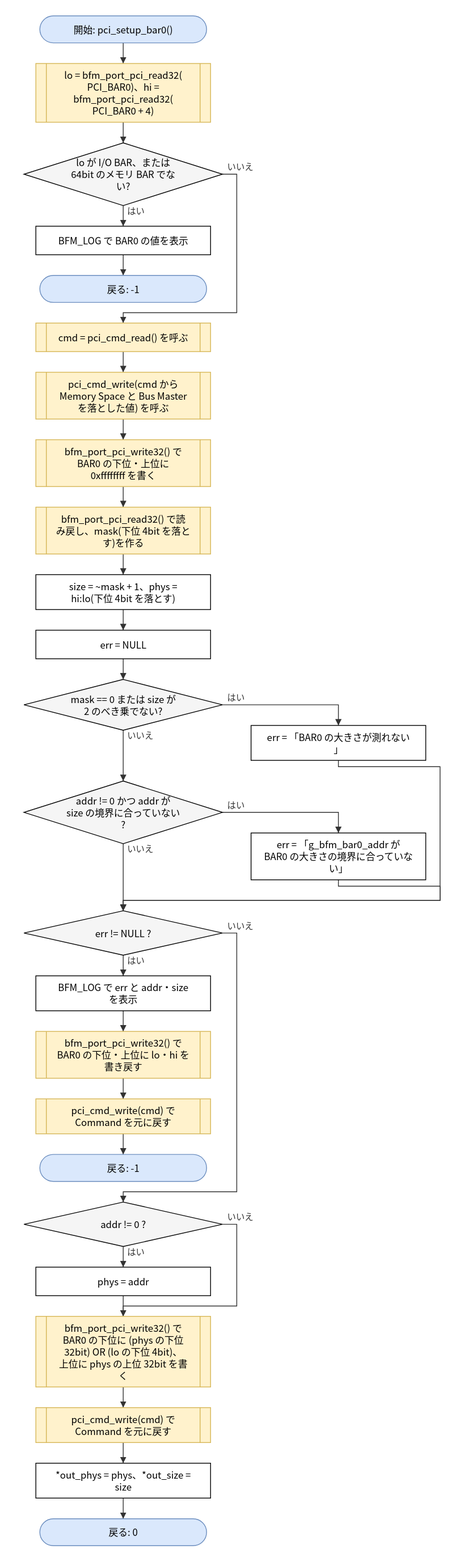
Before: doc/spec/images/flow_src_bfm_pci-pci_setup_bar0.drawio.svg, a diagram exported from draw.io (hf355051012-ai/bfmem). Source tidied: cells renumbered, new cells last; positions are measured from the earlier drawing's top-left corner, leaving out a move shared by most shapes.
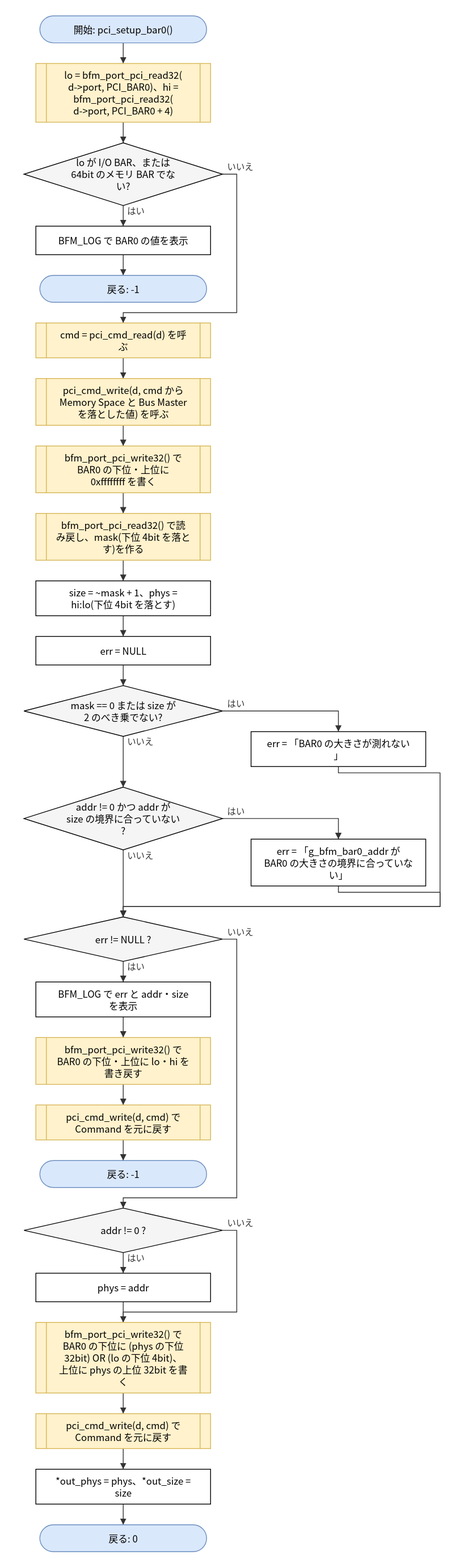
After the commit.

The edit, as a diff of the source:
```diff
@@ -3,24 +3,24 @@
     <mxCell id="0" />
     <mxCell id="1" parent="0" />
     <mxCell id="2" value="開始: pci_setup_bar0()" style="rounded=1;arcSize=50;whiteSpace=wrap;html=1;fillColor=#dae8fc;strokeColor=#6c8ebf;" parent="1" vertex="1">
-      <mxGeometry x="20" width="210" height="34" as="geometry" />
+      <mxGeometry x="20" y="-8" width="210" height="34" as="geometry" />
     </mxCell>
-    <mxCell id="3" value="lo = bfm_port_pci_read32(&lt;br&gt;PCI_BAR0)、hi =&lt;br&gt;bfm_port_pci_read32(&lt;br&gt;PCI_BAR0 + 4)" style="shape=process;whiteSpace=wrap;html=1;backgroundOutline=1;size=0.06;fillColor=#fff2cc;strokeColor=#d6b656;" parent="1" vertex="1">
-      <mxGeometry x="15" y="60" width="220" height="74" as="geometry" />
+    <mxCell id="3" value="lo = bfm_port_pci_read32(&lt;br&gt;d-&amp;gt;port, PCI_BAR0)、hi =&lt;br&gt;bfm_port_pci_read32(&lt;br&gt;d-&amp;gt;port, PCI_BAR0 + 4)" style="shape=process;whiteSpace=wrap;html=1;backgroundOutline=1;size=0.06;fillColor=#fff2cc;strokeColor=#d6b656;" parent="1" vertex="1">
+      <mxGeometry x="15" y="52" width="220" height="74" as="geometry" />
     </mxCell>
     <mxCell id="4" value="lo が I/O BAR、または&lt;br&gt;64bit のメモリ BAR でな&lt;br&gt;い?" style="rhombus;whiteSpace=wrap;html=1;fillColor=#f5f5f5;" parent="1" vertex="1">
-      <mxGeometry y="160" width="250" height="79" as="geometry" />
+      <mxGeometry y="152" width="250" height="79" as="geometry" />
     </mxCell>
     <mxCell id="5" value="BFM_LOG で BAR0 の値を表示" style="rounded=0;whiteSpace=wrap;html=1;" parent="1" vertex="1">
-      <mxGeometry x="15" y="265" width="220" height="36" as="geometry" />
+      <mxGeometry x="15" y="257" width="220" height="36" as="geometry" />
     </mxCell>
     <mxCell id="6" value="戻る: -1" style="rounded=1;arcSize=50;whiteSpace=wrap;html=1;fillColor=#dae8fc;strokeColor=#6c8ebf;" parent="1" vertex="1">
-      <mxGeometry x="20" y="327" width="210" height="34" as="geometry" />
+      <mxGeometry x="20" y="319" width="210" height="34" as="geometry" />
     </mxCell>
-    <mxCell id="7" value="cmd = pci_cmd_read() を呼ぶ" style="shape=process;whiteSpace=wrap;html=1;backgroundOutline=1;size=0.06;fillColor=#fff2cc;strokeColor=#d6b656;" parent="1" vertex="1">
-      <mxGeometry x="15" y="387" width="220" height="36" as="geometry" />
+    <mxCell id="7" value="cmd = pci_cmd_read(d) を呼&lt;br&gt;ぶ" style="shape=process;whiteSpace=wrap;html=1;backgroundOutline=1;size=0.06;fillColor=#fff2cc;strokeColor=#d6b656;" parent="1" vertex="1">
+      <mxGeometry x="15" y="379" width="220" height="44" as="geometry" />
     </mxCell>
-    <mxCell id="8" value="pci_cmd_write(cmd から&lt;br&gt;Memory Space と Bus Master&lt;br&gt;を落とした値) を呼ぶ" style="shape=process;whiteSpace=wrap;html=1;backgroundOutline=1;size=0.06;fillColor=#fff2cc;strokeColor=#d6b656;" parent="1" vertex="1">
+    <mxCell id="8" value="pci_cmd_write(d, cmd から&lt;br&gt;Memory Space と Bus Master&lt;br&gt;を落とした値) を呼ぶ" style="shape=process;whiteSpace=wrap;html=1;backgroundOutline=1;size=0.06;fillColor=#fff2cc;strokeColor=#d6b656;" parent="1" vertex="1">
       <mxGeometry x="15" y="449" width="220" height="59" as="geometry" />
     </mxCell>
     <mxCell id="9" value="bfm_port_pci_write32() で&lt;br&gt;BAR0 の下位・上位に&lt;br&gt;0xffffffff を書く" style="shape=process;whiteSpace=wrap;html=1;backgroundOutline=1;size=0.06;fillColor=#fff2cc;strokeColor=#d6b656;" parent="1" vertex="1">
@@ -56,7 +56,7 @@
     <mxCell id="19" value="bfm_port_pci_write32() で&lt;br&gt;BAR0 の下位・上位に lo・hi を&lt;br&gt;書き戻す" style="shape=process;whiteSpace=wrap;html=1;backgroundOutline=1;size=0.06;fillColor=#fff2cc;strokeColor=#d6b656;" parent="1" vertex="1">
       <mxGeometry x="15" y="1279.5" width="220" height="59" as="geometry" />
     </mxCell>
-    <mxCell id="20" value="pci_cmd_write(cmd) で&lt;br&gt;Command を元に戻す" style="shape=process;whiteSpace=wrap;html=1;backgroundOutline=1;size=0.06;fillColor=#fff2cc;strokeColor=#d6b656;" parent="1" vertex="1">
+    <mxCell id="20" value="pci_cmd_write(d, cmd) で&lt;br&gt;Command を元に戻す" style="shape=process;whiteSpace=wrap;html=1;backgroundOutline=1;size=0.06;fillColor=#fff2cc;strokeColor=#d6b656;" parent="1" vertex="1">
       <mxGeometry x="15" y="1364.5" width="220" height="44" as="geometry" />
     </mxCell>
     <mxCell id="21" value="戻る: -1" style="rounded=1;arcSize=50;whiteSpace=wrap;html=1;fillColor=#dae8fc;strokeColor=#6c8ebf;" parent="1" vertex="1">
@@ -71,7 +71,7 @@
     <mxCell id="24" value="bfm_port_pci_write32() で&lt;br&gt;BAR0 の下位に (phys の下位&lt;br&gt;32bit) OR (lo の下位 4bit)、&lt;br&gt;上位に phys の上位 32bit を書&lt;br&gt;く" style="shape=process;whiteSpace=wrap;html=1;backgroundOutline=1;size=0.06;fillColor=#fff2cc;strokeColor=#d6b656;" parent="1" vertex="1">
       <mxGeometry x="15" y="1638.5" width="220" height="89" as="geometry" />
     </mxCell>
-    <mxCell id="25" value="pci_cmd_write(cmd) で&lt;br&gt;Command を元に戻す" style="shape=process;whiteSpace=wrap;html=1;backgroundOutline=1;size=0.06;fillColor=#fff2cc;strokeColor=#d6b656;" parent="1" vertex="1">
+    <mxCell id="25" value="pci_cmd_write(d, cmd) で&lt;br&gt;Command を元に戻す" style="shape=process;whiteSpace=wrap;html=1;backgroundOutline=1;size=0.06;fillColor=#fff2cc;strokeColor=#d6b656;" parent="1" vertex="1">
       <mxGeometry x="15" y="1753.5" width="220" height="44" as="geometry" />
     </mxCell>
     <mxCell id="26" value="*out_phys = phys、*out_size =&lt;br&gt;size" style="rounded=0;whiteSpace=wrap;html=1;" parent="1" vertex="1">
@@ -95,9 +95,9 @@
     <mxCell id="32" value="いいえ" style="edgeStyle=none;html=1;rounded=0;endArrow=block;endFill=1;exitX=1.0000;exitY=0.5000;exitDx=0;exitDy=0;exitPerimeter=0;entryX=0.5000;entryY=0.0000;entryDx=0;entryDy=0;entryPerimeter=0;" parent="1" edge="1" source="4" target="7">
       <mxGeometry relative="1" as="geometry">
         <Array as="points">
-          <mxPoint x="268" y="199.5" />
-          <mxPoint x="268" y="374" />
-          <mxPoint x="125" y="374" />
+          <mxPoint x="268" y="191.5" />
+          <mxPoint x="268" y="366" />
+          <mxPoint x="125" y="366" />
         </Array>
       </mxGeometry>
     </mxCell>
```
